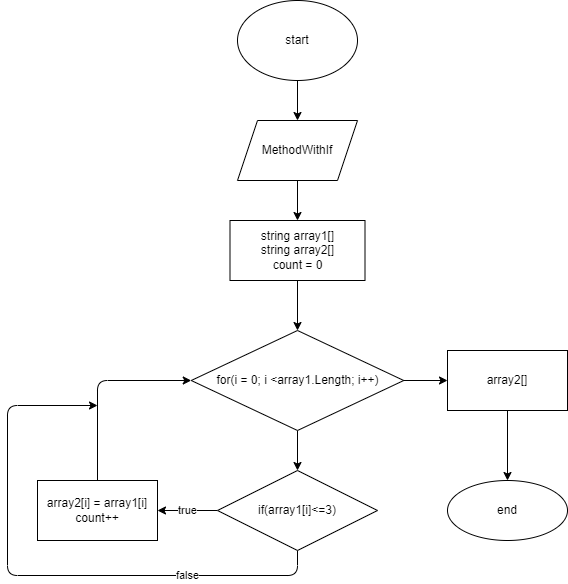
The draw.io diagram method.drawio.png in NikolaySemin/ItogiBloka, before a commit. Source tidied: cells renumbered, new cells last; positions are measured from the earlier drawing's top-left corner, leaving out a move shared by most shapes.
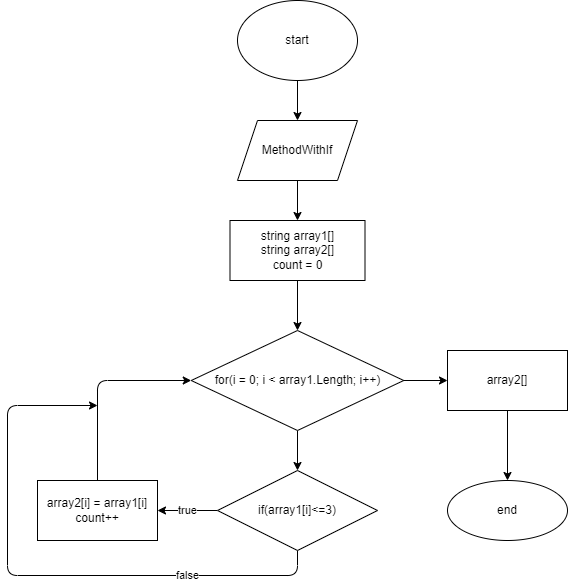
The same file after the commit.

Diff of the diagram source:
```diff
@@ -26,7 +26,7 @@
     <mxCell id="9" style="edgeStyle=orthogonalEdgeStyle;html=1;exitX=1;exitY=0.5;exitDx=0;exitDy=0;entryX=0;entryY=0.5;entryDx=0;entryDy=0;" parent="1" edge="1" source="10" target="18">
       <mxGeometry relative="1" as="geometry" />
     </mxCell>
-    <mxCell id="10" value="for(i = 0; i &amp;lt;array1.Length; i++)" style="rhombus;whiteSpace=wrap;html=1;" parent="1" vertex="1">
+    <mxCell id="10" value="for(i = 0; i &amp;lt; array1.Length; i++)" style="rhombus;whiteSpace=wrap;html=1;" parent="1" vertex="1">
       <mxGeometry x="183.8" y="330" width="212.5" height="100" as="geometry" />
     </mxCell>
     <mxCell id="11" value="true" style="edgeStyle=none;html=1;" parent="1" edge="1" source="13" target="15">
```
